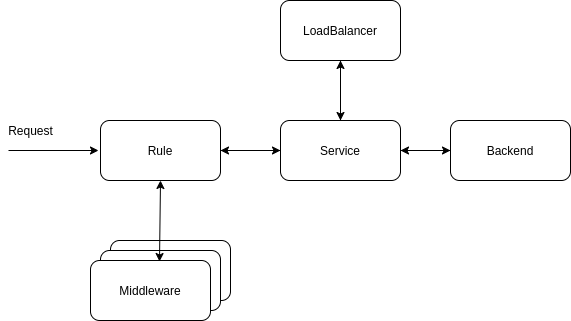
saeed617/BachelorThesis keeps this draw.io diagram as thesis/images/Flow.png. Above is the earlier version. Source tidied: cells renumbered, new cells last; positions are measured from the earlier drawing's top-left corner, leaving out a move shared by most shapes.
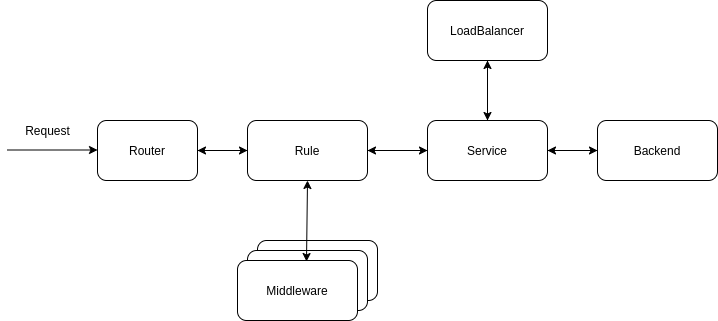
Above is the later version.

What changed in the source:
```diff
@@ -4,13 +4,16 @@
     <mxCell id="1" parent="0" />
     <mxCell id="2" style="endArrow=classic;html=1;" parent="1" edge="1">
       <mxGeometry relative="1" as="geometry">
-        <mxPoint x="8" y="150" as="sourcePoint" />
-        <mxPoint x="98" y="150" as="targetPoint" />
+        <mxPoint x="-140" y="149.5" as="sourcePoint" />
+        <mxPoint x="-50" y="149.5" as="targetPoint" />
       </mxGeometry>
     </mxCell>
     <mxCell id="3" style="edgeStyle=orthogonalEdgeStyle;rounded=0;jettySize=auto;html=1;exitX=1;exitY=0.5;exitDx=0;exitDy=0;entryX=0;entryY=0.5;entryDx=0;entryDy=0;" parent="1" edge="1" source="4" target="12">
       <mxGeometry relative="1" as="geometry" />
     </mxCell>
+    <mxCell id="18" style="edgeStyle=orthogonalEdgeStyle;rounded=0;jettySize=auto;html=1;entryX=1;entryY=0.5;entryDx=0;entryDy=0;" parent="1" edge="1" source="4" target="20">
+      <mxGeometry relative="1" as="geometry" />
+    </mxCell>
     <mxCell id="4" value="Rule" style="rounded=1;whiteSpace=wrap;html=1;" parent="1" vertex="1">
       <mxGeometry x="100" y="120" width="120" height="60" as="geometry" />
     </mxCell>
@@ -51,7 +54,13 @@
       <mxGeometry x="450" y="120" width="120" height="60" as="geometry" />
     </mxCell>
     <mxCell id="17" value="Request" style="text;html=1;align=center;verticalAlign=middle;" parent="1" vertex="1">
-      <mxGeometry y="120" width="60" height="20" as="geometry" />
+      <mxGeometry x="-130" y="120" width="60" height="20" as="geometry" />
     </mxCell>
+    <mxCell id="19" style="edgeStyle=orthogonalEdgeStyle;rounded=0;jettySize=auto;html=1;entryX=0;entryY=0.5;entryDx=0;entryDy=0;" parent="1" edge="1" source="20" target="4">
+      <mxGeometry relative="1" as="geometry" />
+    </mxCell>
+    <mxCell id="20" value="Router" style="rounded=1;whiteSpace=wrap;html=1;" parent="1" vertex="1">
+      <mxGeometry x="-50" y="120" width="100" height="60" as="geometry" />
+    </mxCell>
   </root>
 </mxGraphModel>
```
